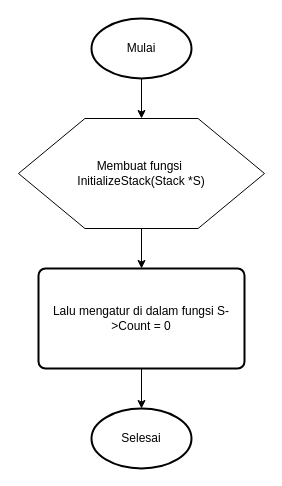
Menguncups/Algoritma-dan-Struktur-data keeps this draw.io diagram as 2/Flowchart Pendahuluan 2.1 .drawio. Above is the earlier version. Source tidied: cells renumbered, new cells numbered last; positions are measured from the earlier drawing's top-left corner, leaving out a move shared by most shapes. Both pictures are drawn from the tidied source at 100%, with x=0, y=0 at pixel (18, 18).
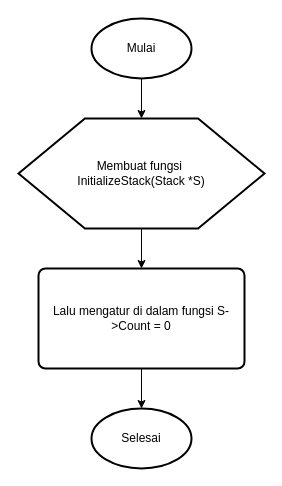
Above is the later version.

Diff of the diagram source:
```diff
@@
 <mxGraphModel>
   <root>
     <mxCell id="0" />
     <mxCell id="1" parent="0" />
     <mxCell id="2" style="edgeStyle=orthogonalEdgeStyle;rounded=0;jettySize=auto;html=1;exitX=0.5;exitY=1;exitDx=0;exitDy=0;exitPerimeter=0;" parent="1" edge="1" source="3" target="5">
       <mxGeometry relative="1" as="geometry" />
     </mxCell>
     <mxCell id="3" value="Mulai" style="strokeWidth=2;html=1;shape=mxgraph.flowchart.start_1;whiteSpace=wrap;" parent="1" vertex="1">
       <mxGeometry x="73" width="100" height="60" as="geometry" />
     </mxCell>
     <mxCell id="4" style="edgeStyle=orthogonalEdgeStyle;rounded=0;jettySize=auto;html=1;exitX=0.5;exitY=1;exitDx=0;exitDy=0;entryX=0.5;entryY=0;entryDx=0;entryDy=0;" parent="1" edge="1" source="5" target="7">
       <mxGeometry relative="1" as="geometry" />
     </mxCell>
-    <mxCell id="5" value="Membuat fungsi&amp;nbsp;&lt;br&gt;InitializeStack(Stack *S)" style="verticalLabelPosition=middle;verticalAlign=middle;shape=hexagon;perimeter=hexagonPerimeter2;arcSize=6;size=0.27;labelPosition=center;align=center;html=1;labelBackgroundColor=none;textShadow=0;whiteSpace=wrap;horizontal=1;" parent="1" vertex="1">
+    <mxCell id="5" value="Membuat fungsi&amp;nbsp;&lt;br&gt;InitializeStack(Stack *S)" style="verticalLabelPosition=middle;verticalAlign=middle;shape=hexagon;perimeter=hexagonPerimeter2;arcSize=6;size=0.27;labelPosition=center;align=center;html=1;labelBackgroundColor=none;textShadow=0;whiteSpace=wrap;horizontal=1;strokeWidth=2;" parent="1" vertex="1">
       <mxGeometry y="100" width="246" height="110" as="geometry" />
     </mxCell>
     <mxCell id="6" style="edgeStyle=orthogonalEdgeStyle;rounded=0;jettySize=auto;html=1;exitX=0.5;exitY=1;exitDx=0;exitDy=0;" parent="1" edge="1" source="7" target="8">
       <mxGeometry relative="1" as="geometry" />
     </mxCell>
     <mxCell id="7" value="Lalu mengatur di dalam fungsi&amp;nbsp;S-&amp;gt;Count = 0" style="rounded=1;whiteSpace=wrap;html=1;absoluteArcSize=1;arcSize=14;strokeWidth=2;" parent="1" vertex="1">
       <mxGeometry x="20" y="250" width="206" height="100" as="geometry" />
     </mxCell>
     <mxCell id="8" value="Selesai" style="strokeWidth=2;html=1;shape=mxgraph.flowchart.start_1;whiteSpace=wrap;" parent="1" vertex="1">
       <mxGeometry x="73" y="390" width="100" height="60" as="geometry" />
     </mxCell>
   </root>
 </mxGraphModel>
```
